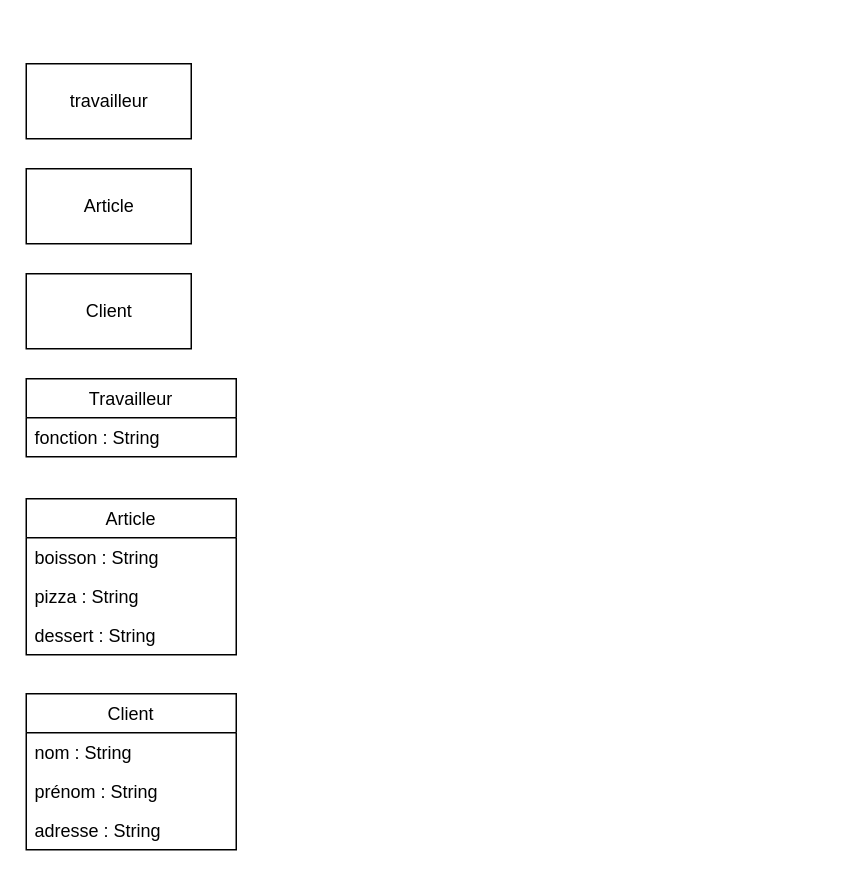
Before: Untitled Diagram.drawio in vinsbld/StechOcPizz, a draw.io diagram. Source tidied: cells renumbered, new cells numbered last; positions are measured from the earlier drawing's top-left corner, leaving out a move shared by most shapes. Both pictures are drawn from the tidied source at 150%, with x=0, y=0 at pixel (26, 63).
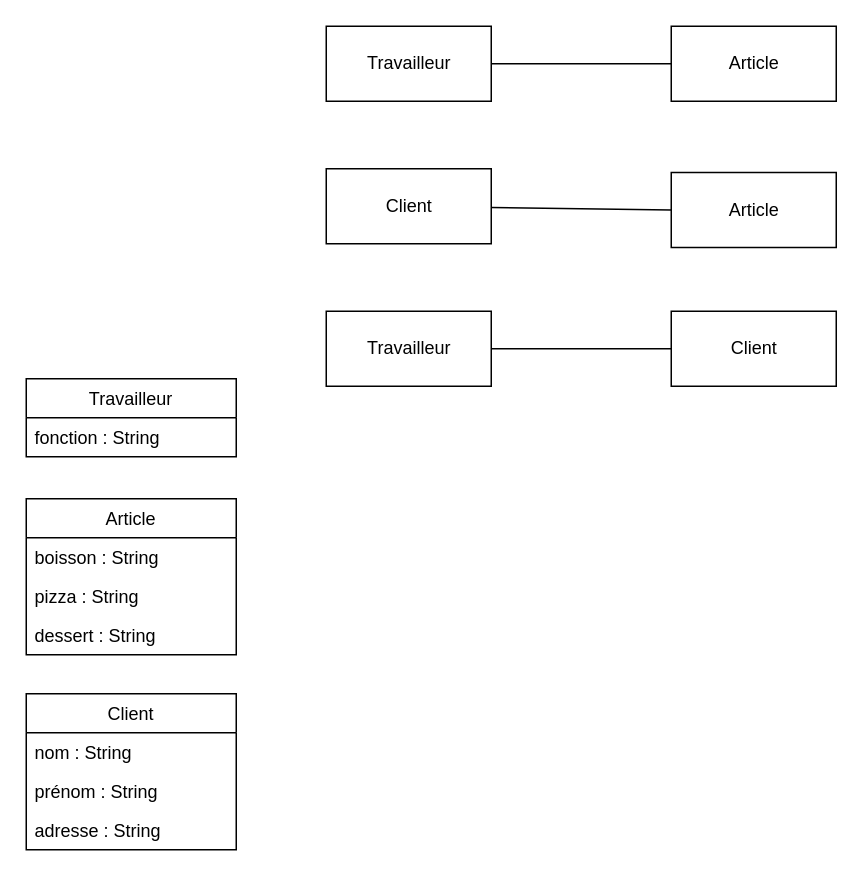
After the change.

Diff of the diagram source:
```diff
@@
+    <mxCell id="15" style="rounded=0;jettySize=auto;html=1;endArrow=none;endFill=0;entryX=0;entryY=0.5;entryDx=0;entryDy=0;" parent="1" edge="1" source="2" target="20">
+      <mxGeometry relative="1" as="geometry" />
+    </mxCell>
-    <mxCell id="2" value="travailleur" style="html=1;" parent="1" vertex="1">
-      <mxGeometry width="110" height="50" as="geometry" />
+    <mxCell id="2" value="Travailleur" style="html=1;" parent="1" vertex="1">
+      <mxGeometry x="200" y="-25" width="110" height="50" as="geometry" />
     </mxCell>
     <mxCell id="3" value="Article" style="html=1;" parent="1" vertex="1">
-      <mxGeometry y="70" width="110" height="50" as="geometry" />
+      <mxGeometry x="430" y="72.5" width="110" height="50" as="geometry" />
     </mxCell>
+    <mxCell id="16" style="edgeStyle=none;rounded=0;jettySize=auto;html=1;endArrow=none;endFill=0;entryX=0;entryY=0.5;entryDx=0;entryDy=0;" parent="1" edge="1" source="4" target="3">
+      <mxGeometry relative="1" as="geometry" />
+    </mxCell>
     <mxCell id="4" value="Client" style="html=1;" parent="1" vertex="1">
-      <mxGeometry y="140" width="110" height="50" as="geometry" />
+      <mxGeometry x="200" y="70" width="110" height="50" as="geometry" />
     </mxCell>
@@
+    <mxCell id="17" style="edgeStyle=none;rounded=0;jettySize=auto;html=1;endArrow=none;endFill=0;entryX=0;entryY=0.5;entryDx=0;entryDy=0;" parent="1" edge="1" source="18" target="19">
+      <mxGeometry relative="1" as="geometry" />
+    </mxCell>
+    <mxCell id="18" value="Travailleur" style="html=1;" parent="1" vertex="1">
+      <mxGeometry x="200" y="165" width="110" height="50" as="geometry" />
+    </mxCell>
+    <mxCell id="19" value="Client" style="html=1;" parent="1" vertex="1">
+      <mxGeometry x="430" y="165" width="110" height="50" as="geometry" />
+    </mxCell>
+    <mxCell id="20" value="Article" style="html=1;" parent="1" vertex="1">
+      <mxGeometry x="430" y="-25" width="110" height="50" as="geometry" />
+    </mxCell>
```
